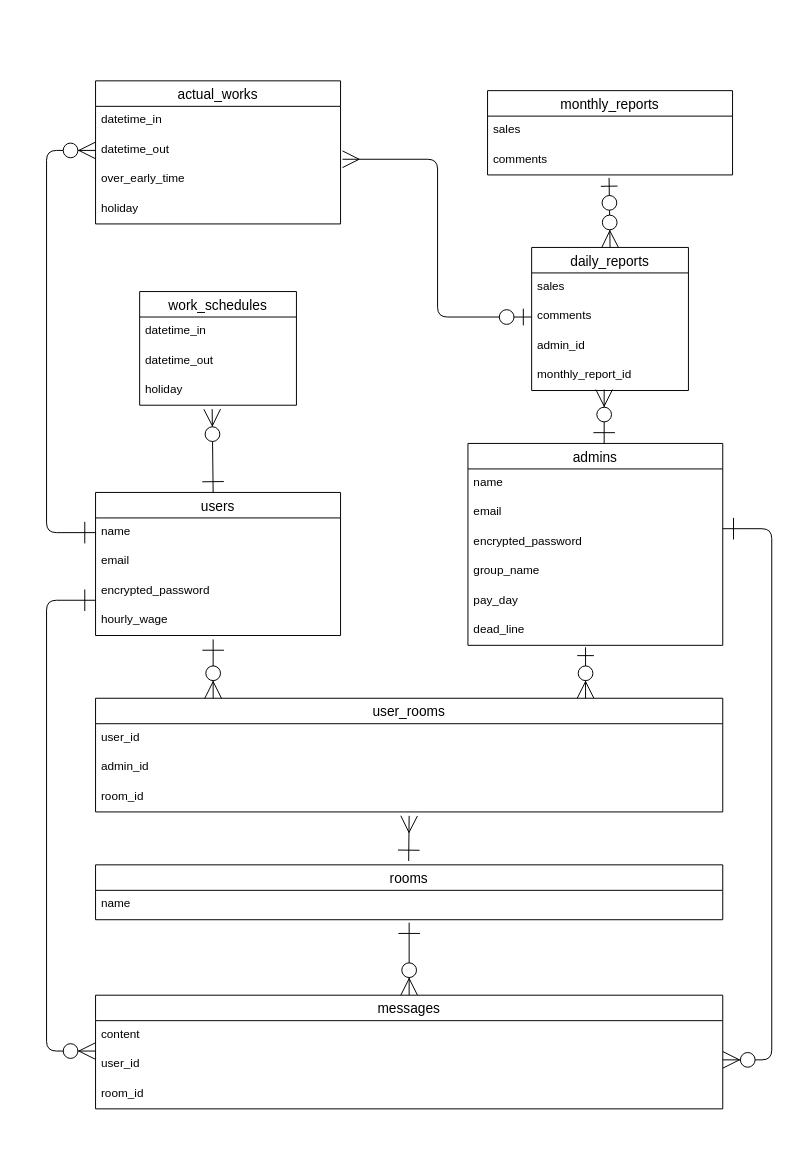
yohei-ota/shift-success keeps this draw.io diagram as SS_er.dio. Above is the earlier version. Source tidied: cells renumbered, new cells numbered last; positions are measured from the earlier drawing's top-left corner, leaving out a move shared by most shapes. Both pictures are drawn from the tidied source at 98%, with x=0, y=0 at pixel (46, 80).
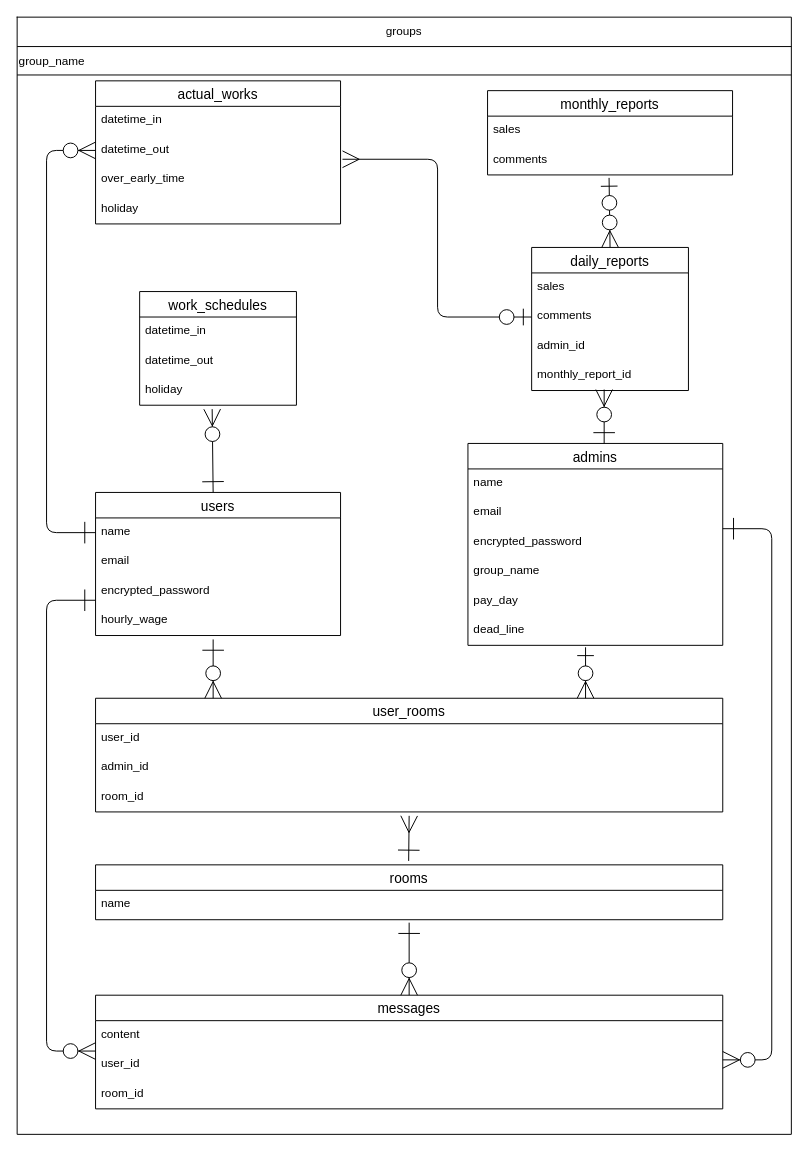
After the change.

What changed in the source:
```diff
@@
+    <mxCell id="54" style="shape=table;startSize=0;childLayout=tableLayout;" parent="1" vertex="1">
+      <mxGeometry x="-30" y="-65" width="790" height="1140" as="geometry" />
+    </mxCell>
+    <mxCell id="55" style="shape=partialRectangle;fillColor=none;top=0;left=0;bottom=0;right=0;" parent="54" vertex="1">
+      <mxGeometry width="790" height="30" as="geometry" />
+    </mxCell>
+    <mxCell id="56" value="groups" style="shape=partialRectangle;html=1;whiteSpace=wrap;overflow=hidden;fillColor=none;top=0;left=0;bottom=0;right=0;" parent="55" vertex="1">
+      <mxGeometry width="790" height="30" as="geometry" />
+    </mxCell>
+    <mxCell id="57" style="shape=partialRectangle;fillColor=none;top=0;left=0;bottom=0;right=0;" parent="54" vertex="1">
+      <mxGeometry y="30" width="790" height="29" as="geometry" />
+    </mxCell>
+    <mxCell id="58" value="group_name" style="shape=partialRectangle;html=1;whiteSpace=wrap;overflow=hidden;fillColor=none;top=0;left=0;bottom=0;right=0;align=left;" parent="57" vertex="1">
+      <mxGeometry width="790" height="29" as="geometry" />
+    </mxCell>
+    <mxCell id="59" style="shape=partialRectangle;fillColor=none;top=0;left=0;bottom=0;right=0;" parent="54" vertex="1">
+      <mxGeometry y="59" width="790" height="1081" as="geometry" />
+    </mxCell>
+    <mxCell id="60" style="shape=partialRectangle;html=1;whiteSpace=wrap;overflow=hidden;fillColor=none;top=0;left=0;bottom=0;right=0;" parent="59" vertex="1">
+      <mxGeometry width="790" height="1081" as="geometry" />
+    </mxCell>
```
